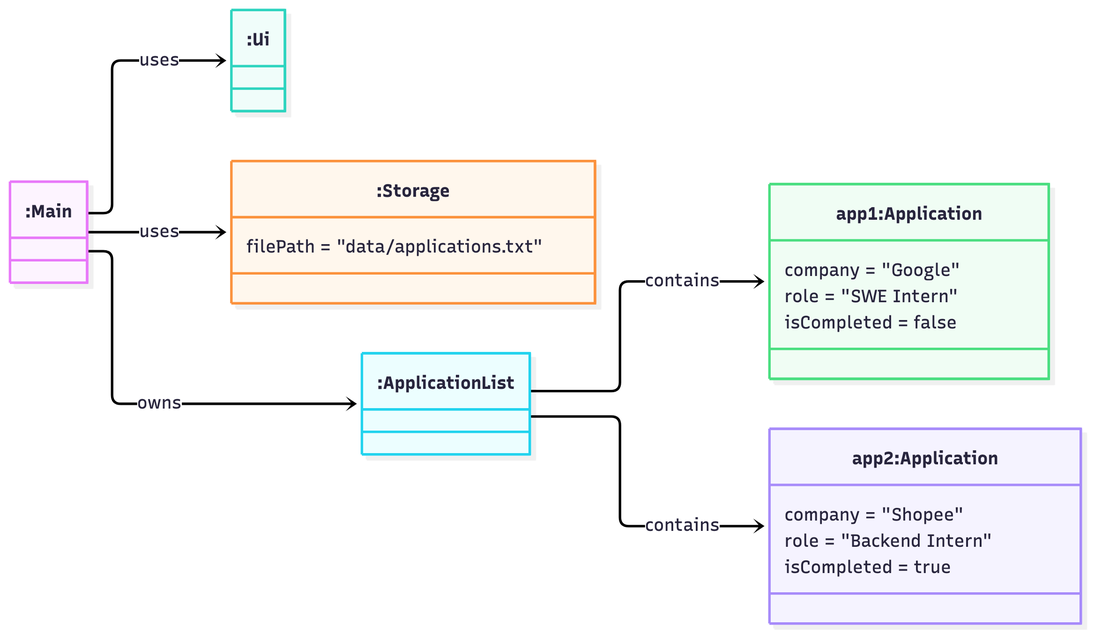
Above: docs/diagrams/runtime-object-structure.png in AY2627S1-CS2113-T10-2/tp (Mermaid), before the change. Its source is kept beside it as docs/diagrams/sources/runtime-object-structure.mmd.
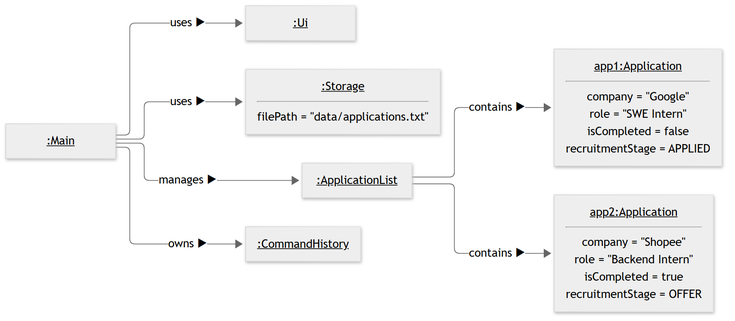
After the commit.

What changed in the source:
```diff
@@ -1,24 +1,16 @@
-classDiagram
-    direction LR
-    class main[":Main"]
-    class ui[":Ui"]
-    class storage[":Storage"] {
-        filePath = "data/applications.txt"
-    }
-    class applications[":ApplicationList"]
-    class app1["app1:Application"] {
-        company = "Google"
-        role = "SWE Intern"
-        isCompleted = false
-    }
-    class app2["app2:Application"] {
-        company = "Shopee"
-        role = "Backend Intern"
-        isCompleted = true
-    }
+%%{init: {'theme': 'neutral', 'flowchart': {'wrappingWidth': 600}}}%%
+flowchart LR
+    main["<u>:Main</u>"]
+    ui["<u>:Ui</u>"]
+    history["<u>:CommandHistory</u>"]
+    storage["<u>:Storage</u><hr/>filePath = &quot;data/applications.txt&quot;"]
+    applications["<u>:ApplicationList</u>"]
+    app1["<u>app1:Application</u><hr/>company = &quot;Google&quot;<br/>role = &quot;SWE Intern&quot;<br/>isCompleted = false<br/>recruitmentStage = APPLIED"]
+    app2["<u>app2:Application</u><hr/>company = &quot;Shopee&quot;<br/>role = &quot;Backend Intern&quot;<br/>isCompleted = true<br/>recruitmentStage = OFFER"]
 
-    main --> ui : uses
-    main --> storage : uses
-    main --> applications : owns
-    applications --> app1 : contains
-    applications --> app2 : contains
+    main -->|"uses ▶"| ui
+    main -->|"uses ▶"| storage
+    main -->|"manages ▶"| applications
+    main -->|"owns ▶"| history
+    applications -->|"contains ▶"| app1
+    applications -->|"contains ▶"| app2
```
